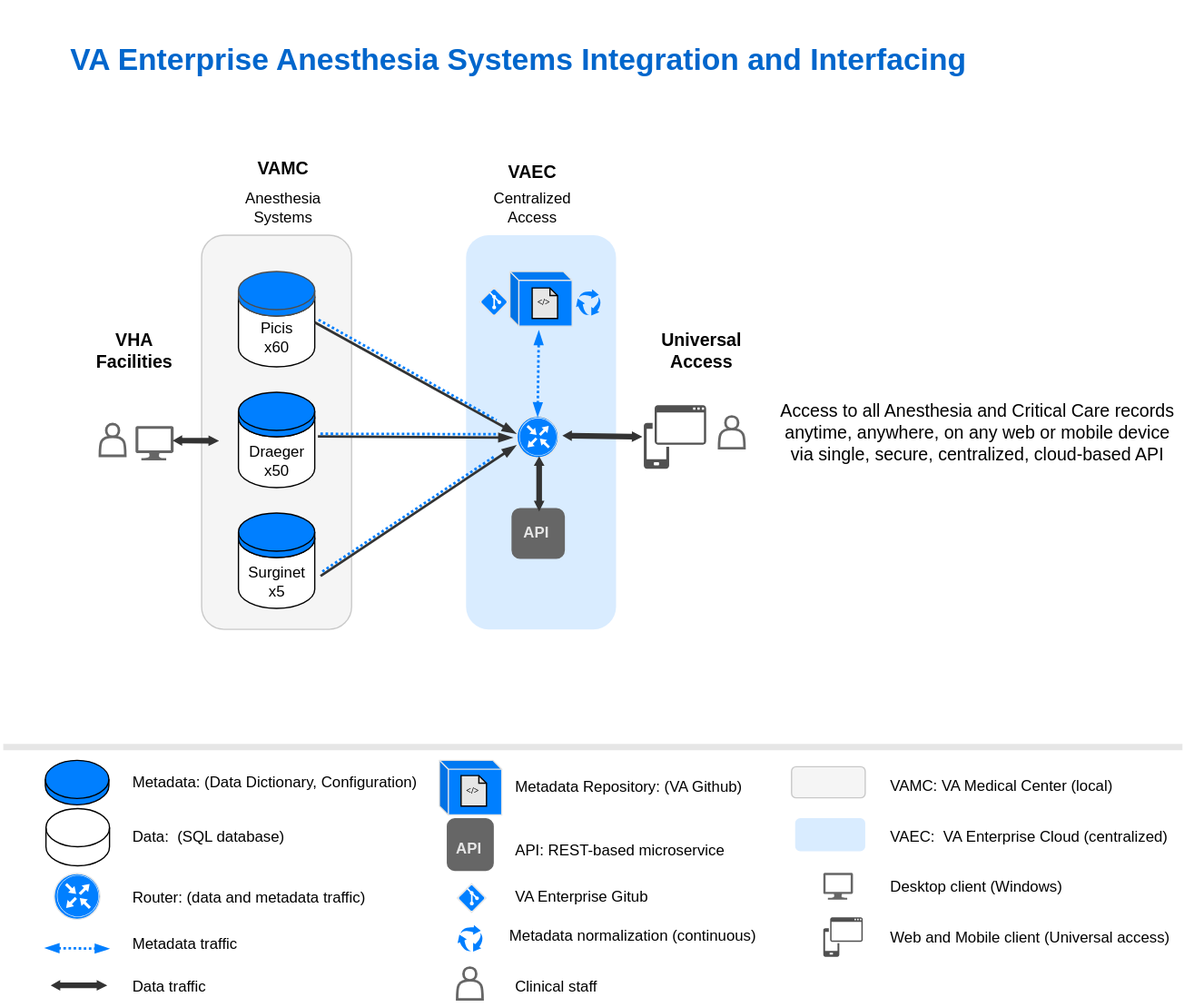
The draw.io diagram img/integration4.svg in va-anesthesia/integration, before a commit. Source tidied: cells renumbered, new cells last; positions are measured from the earlier drawing's top-left corner, leaving out a move shared by most shapes.
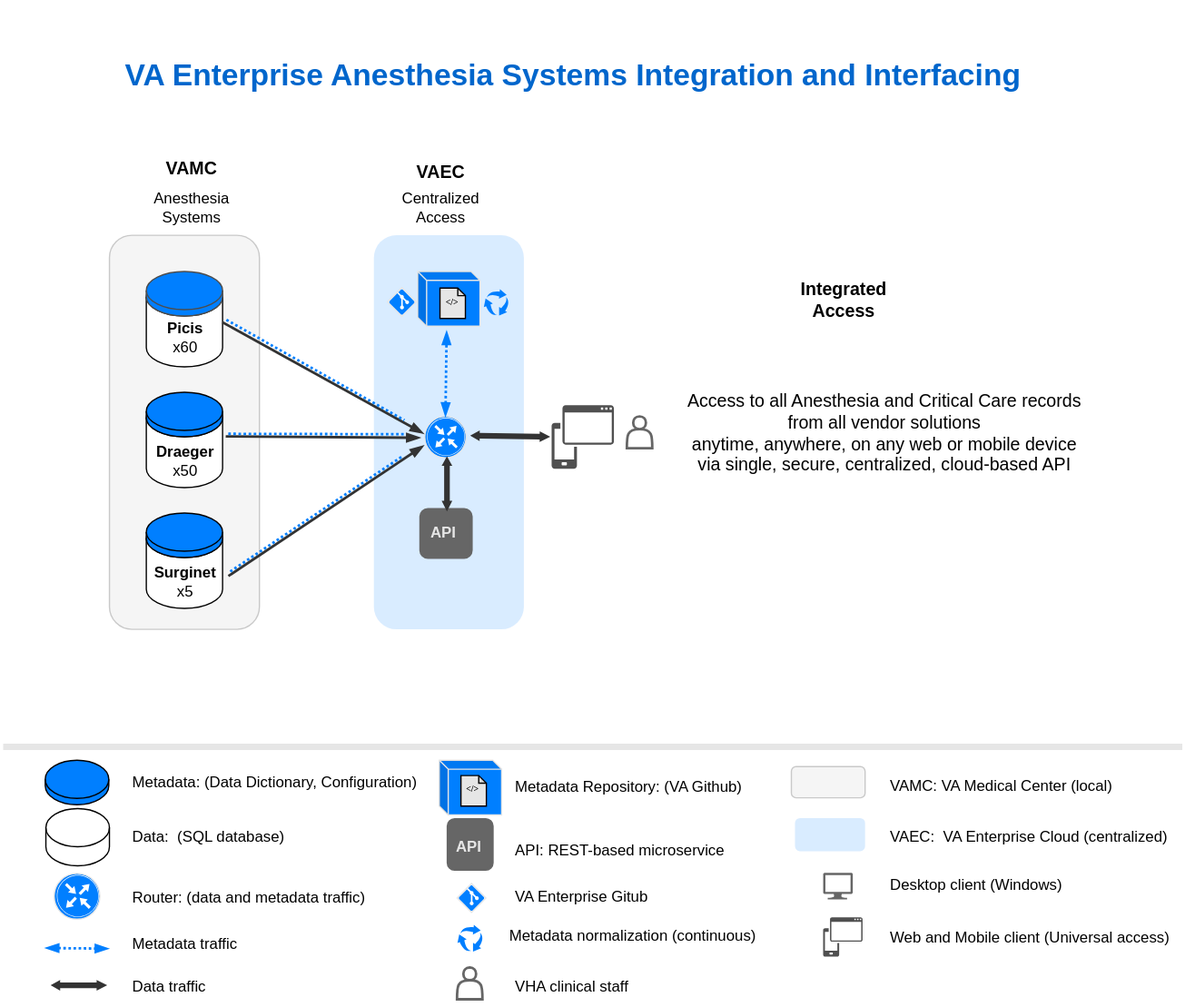
After the commit.

Diff of the diagram source:
```diff
@@ -5,3 +5,3 @@
     <mxCell id="2" style="rounded=1;whiteSpace=wrap;html=1;labelBackgroundColor=default;strokeColor=none;strokeWidth=1;fontSize=14;fillColor=#007FFF;opacity=15;" parent="1" vertex="1">
-      <mxGeometry x="364" y="184.5" width="118" height="310" as="geometry" />
+      <mxGeometry x="291.6" y="184.5" width="118" height="310" as="geometry" />
     </mxCell>
@@ -82,4 +82,4 @@
     </mxCell>
-    <mxCell id="26" value="Clinical staff" style="text;html=1;align=left;verticalAlign=middle;strokeColor=none;fillColor=none;" parent="1" vertex="1">
-      <mxGeometry x="400.7" y="760.5" width="90" height="30" as="geometry" />
+    <mxCell id="26" value="VHA clinical staff" style="text;html=1;align=left;verticalAlign=middle;strokeColor=none;fillColor=none;" parent="1" vertex="1">
+      <mxGeometry x="400.7" y="760.5" width="110" height="30" as="geometry" />
     </mxCell>
@@ -89,45 +89,45 @@
     <mxCell id="28" style="rounded=1;whiteSpace=wrap;html=1;labelBackgroundColor=default;strokeColor=#808080;strokeWidth=1;fontSize=14;fillColor=#E6E6E6;opacity=40;" parent="1" vertex="1">
-      <mxGeometry x="156" y="184.5" width="118" height="310" as="geometry" />
+      <mxGeometry x="83.6" y="184.5" width="118" height="310" as="geometry" />
     </mxCell>
     <mxCell id="29" style="shape=cylinder3;whiteSpace=wrap;html=1;boundedLbl=1;backgroundOutline=1;size=15;" parent="1" vertex="1">
-      <mxGeometry x="185" y="218" width="60" height="70" as="geometry" />
+      <mxGeometry x="112.6" y="218" width="60" height="70" as="geometry" />
     </mxCell>
     <mxCell id="30" style="shape=cylinder3;whiteSpace=wrap;html=1;boundedLbl=1;backgroundOutline=1;size=15;fillColor=#007FFF;strokeColor=#4D4D4D;" parent="1" vertex="1">
-      <mxGeometry x="185" y="213" width="60" height="35" as="geometry" />
+      <mxGeometry x="112.6" y="213" width="60" height="35" as="geometry" />
     </mxCell>
     <mxCell id="31" style="shape=cylinder3;whiteSpace=wrap;html=1;boundedLbl=1;backgroundOutline=1;size=15;" parent="1" vertex="1">
-      <mxGeometry x="185" y="313" width="60" height="70" as="geometry" />
+      <mxGeometry x="112.6" y="313" width="60" height="70" as="geometry" />
     </mxCell>
     <mxCell id="32" style="shape=cylinder3;whiteSpace=wrap;html=1;boundedLbl=1;backgroundOutline=1;size=15;fillColor=#007FFF;" parent="1" vertex="1">
-      <mxGeometry x="185" y="308" width="60" height="35" as="geometry" />
+      <mxGeometry x="112.6" y="308" width="60" height="35" as="geometry" />
     </mxCell>
     <mxCell id="33" style="shape=cylinder3;whiteSpace=wrap;html=1;boundedLbl=1;backgroundOutline=1;size=15;" parent="1" vertex="1">
-      <mxGeometry x="185" y="408" width="60" height="70" as="geometry" />
+      <mxGeometry x="112.6" y="408" width="60" height="70" as="geometry" />
     </mxCell>
     <mxCell id="34" style="shape=cylinder3;whiteSpace=wrap;html=1;boundedLbl=1;backgroundOutline=1;size=15;fillColor=#007FFF;" parent="1" vertex="1">
-      <mxGeometry x="185" y="403" width="60" height="35" as="geometry" />
+      <mxGeometry x="112.6" y="403" width="60" height="35" as="geometry" />
     </mxCell>
     <mxCell id="35" value="Centralized&lt;br&gt;Access" style="text;html=1;align=center;verticalAlign=middle;strokeColor=none;fillColor=none;" parent="1" vertex="1">
-      <mxGeometry x="376" y="143" width="80" height="40" as="geometry" />
+      <mxGeometry x="303.6" y="143" width="80" height="40" as="geometry" />
     </mxCell>
     <mxCell id="36" value="Anesthesia&lt;br&gt;Systems" style="text;html=1;align=center;verticalAlign=middle;strokeColor=none;fillColor=none;" parent="1" vertex="1">
-      <mxGeometry x="180" y="143" width="80" height="40" as="geometry" />
+      <mxGeometry x="107.6" y="143" width="80" height="40" as="geometry" />
     </mxCell>
-    <mxCell id="37" value="Picis&lt;br&gt;x60" style="text;html=1;align=center;verticalAlign=middle;strokeColor=none;fillColor=none;" parent="1" vertex="1">
-      <mxGeometry x="190" y="245" width="50" height="40" as="geometry" />
+    <mxCell id="37" value="&lt;b&gt;Picis&lt;/b&gt;&lt;br&gt;x60" style="text;html=1;align=center;verticalAlign=middle;strokeColor=none;fillColor=none;" parent="1" vertex="1">
+      <mxGeometry x="117.6" y="245" width="50" height="40" as="geometry" />
     </mxCell>
-    <mxCell id="38" value="Draeger&lt;br&gt;x50" style="text;html=1;align=center;verticalAlign=middle;points=[];strokeColor=none;fillColor=none;" parent="1" vertex="1">
-      <mxGeometry x="180" y="342" width="70" height="40" as="geometry" />
+    <mxCell id="38" value="&lt;b&gt;Draeger&lt;/b&gt;&lt;br&gt;x50" style="text;html=1;align=center;verticalAlign=middle;points=[];strokeColor=none;fillColor=none;" parent="1" vertex="1">
+      <mxGeometry x="107.6" y="342" width="70" height="40" as="geometry" />
     </mxCell>
-    <mxCell id="39" value="Surginet&lt;br&gt;x5" style="text;html=1;align=center;verticalAlign=middle;points=[];strokeColor=none;fillColor=none;" parent="1" vertex="1">
-      <mxGeometry x="180" y="437" width="70" height="40" as="geometry" />
+    <mxCell id="39" value="&lt;b&gt;Surginet&lt;/b&gt;&lt;br&gt;x5" style="text;html=1;align=center;verticalAlign=middle;points=[];strokeColor=none;fillColor=none;" parent="1" vertex="1">
+      <mxGeometry x="107.6" y="437" width="70" height="40" as="geometry" />
     </mxCell>
     <mxCell id="40" value="VAMC" style="text;html=1;align=center;verticalAlign=middle;strokeColor=none;fillColor=none;fontStyle=1;fontSize=14;" parent="1" vertex="1">
-      <mxGeometry x="190" y="117" width="60" height="30" as="geometry" />
+      <mxGeometry x="117.6" y="117" width="60" height="30" as="geometry" />
     </mxCell>
     <mxCell id="41" value="VAEC" style="text;html=1;align=center;verticalAlign=middle;strokeColor=none;fillColor=none;fontStyle=1;fontSize=14;" parent="1" vertex="1">
-      <mxGeometry x="386" y="120" width="60" height="30" as="geometry" />
+      <mxGeometry x="313.6" y="120" width="60" height="30" as="geometry" />
     </mxCell>
     <mxCell id="42" style="group;" parent="1" vertex="1">
-      <mxGeometry x="404.1" y="327" width="35.9" height="32.5" as="geometry" />
+      <mxGeometry x="331.6" y="327" width="35.9" height="32.5" as="geometry" />
     </mxCell>
@@ -142,11 +142,8 @@
     </mxCell>
-    <mxCell id="46" style="shape=actor;whiteSpace=wrap;html=1;labelBackgroundColor=default;strokeColor=#666666;fontSize=14;fillColor=#FFFFFF;strokeWidth=2;" parent="1" vertex="1">
-      <mxGeometry x="76" y="333" width="20" height="25" as="geometry" />
-    </mxCell>
     <mxCell id="47" style="shape=flexArrow;endArrow=classic;startArrow=classic;html=1;strokeColor=none;strokeWidth=0.5;fontSize=14;endWidth=3.45297228008332;endSize=2.6116883116883116;width=4.434389140271493;startWidth=3.45297228008332;startSize=2.3265822784810126;fillColor=#333333;" parent="1" edge="1">
       <mxGeometry relative="1" as="geometry">
-        <mxPoint x="439.5" y="342.1" as="sourcePoint" />
-        <mxPoint x="503" y="343" as="targetPoint" />
+        <mxPoint x="367.1" y="342.1" as="sourcePoint" />
+        <mxPoint x="430.6" y="343" as="targetPoint" />
         <Array as="points">
-          <mxPoint x="439.5" y="342.1" />
+          <mxPoint x="367.1" y="342.1" />
         </Array>
@@ -156,3 +153,3 @@
       <mxGeometry relative="1" as="geometry">
-        <mxPoint x="403.2" y="340.5" as="targetPoint" />
+        <mxPoint x="330.8" y="340.5" as="targetPoint" />
       </mxGeometry>
@@ -161,3 +158,3 @@
       <mxGeometry relative="1" as="geometry">
-        <mxPoint x="400.5" y="343.8" as="targetPoint" />
+        <mxPoint x="328" y="343.8" as="targetPoint" />
       </mxGeometry>
@@ -166,3 +163,3 @@
       <mxGeometry relative="1" as="geometry">
-        <mxPoint x="403.2" y="350" as="targetPoint" />
+        <mxPoint x="330.8" y="350" as="targetPoint" />
       </mxGeometry>
@@ -171,19 +168,10 @@
       <mxGeometry relative="1" as="geometry">
-        <mxPoint x="421.2" y="259.8" as="targetPoint" />
+        <mxPoint x="348.8" y="259.8" as="targetPoint" />
       </mxGeometry>
     </mxCell>
-    <mxCell id="52" style="sketch=0;shadow=0;dashed=0;html=1;strokeColor=none;labelPosition=center;verticalLabelPosition=bottom;verticalAlign=top;align=center;fillColor=#666666;shape=mxgraph.azure.computer;labelBackgroundColor=default;fontSize=14;" parent="1" vertex="1">
-      <mxGeometry x="104" y="334.5" width="30" height="27" as="geometry" />
-    </mxCell>
-    <mxCell id="53" style="shape=flexArrow;endArrow=classic;startArrow=classic;html=1;strokeColor=none;strokeWidth=0.5;fontSize=14;endWidth=3.45297228008332;endSize=2.6116883116883116;width=4.434389140271493;startWidth=3.45297228008332;startSize=2.3265822784810126;fillColor=#333333;" parent="1" edge="1">
-      <mxGeometry relative="1" as="geometry">
-        <mxPoint x="133" y="346" as="sourcePoint" />
-        <mxPoint x="170" y="346.2" as="targetPoint" />
-      </mxGeometry>
-    </mxCell>
     <mxCell id="54" style="rounded=1;whiteSpace=wrap;html=1;labelBackgroundColor=default;strokeColor=#666666;strokeWidth=2;fontSize=14;fillColor=#666666;" parent="1" vertex="1">
-      <mxGeometry x="400.8" y="400" width="40" height="38" as="geometry" />
+      <mxGeometry x="328.3" y="400" width="40" height="38" as="geometry" />
     </mxCell>
     <mxCell id="55" value="API" style="text;html=1;align=center;verticalAlign=middle;strokeColor=none;fillColor=none;fontStyle=1;fontColor=#E6E6E6;" parent="1" vertex="1">
-      <mxGeometry x="398.5" y="404" width="40" height="30" as="geometry" />
+      <mxGeometry x="326.1" y="404" width="40" height="30" as="geometry" />
     </mxCell>
@@ -191,6 +179,6 @@
       <mxGeometry relative="1" as="geometry">
-        <mxPoint x="421.5" y="358.1" as="sourcePoint" />
-        <mxPoint x="421.5" y="402" as="targetPoint" />
+        <mxPoint x="349.1" y="358.1" as="sourcePoint" />
+        <mxPoint x="349.1" y="402" as="targetPoint" />
         <Array as="points">
-          <mxPoint x="421.5" y="358.1" />
+          <mxPoint x="349.1" y="358.1" />
         </Array>
@@ -199,9 +187,9 @@
     <mxCell id="57" style="sketch=0;shadow=0;dashed=0;html=1;strokeColor=none;labelPosition=center;verticalLabelPosition=bottom;verticalAlign=top;align=center;fillColor=#505050;shape=mxgraph.mscae.intune.device_os;fontColor=#E6E6E6;" parent="1" vertex="1">
-      <mxGeometry x="503.8" y="318.2" width="49" height="50" as="geometry" />
+      <mxGeometry x="431.4" y="318.2" width="49" height="50" as="geometry" />
     </mxCell>
     <mxCell id="58" style="shape=actor;whiteSpace=wrap;html=1;labelBackgroundColor=default;strokeColor=#666666;fontSize=14;fillColor=#FFFFFF;strokeWidth=2;" parent="1" vertex="1">
-      <mxGeometry x="563" y="327" width="20" height="25" as="geometry" />
+      <mxGeometry x="490.6" y="327" width="20" height="25" as="geometry" />
     </mxCell>
-    <mxCell id="59" value="Access to all Anesthesia and Critical Care records&lt;br style=&quot;font-size: 14px;&quot;&gt;anytime, anywhere, on any web or mobile device&amp;nbsp;&lt;br style=&quot;font-size: 14px;&quot;&gt;via single, secure, centralized, cloud-based API" style="text;html=1;align=center;verticalAlign=middle;strokeColor=none;fillColor=none;labelBorderColor=none;fontColor=default;fontSize=14;" parent="1" vertex="1">
-      <mxGeometry x="600.7" y="309.5" width="330" height="60" as="geometry" />
+    <mxCell id="59" value="Access to all Anesthesia and Critical Care records&lt;br style=&quot;font-size: 14px;&quot;&gt;from all vendor solutions&lt;br&gt;anytime, anywhere, on any web or mobile device&lt;br style=&quot;font-size: 14px;&quot;&gt;via single, secure, centralized, cloud-based API" style="text;html=1;align=center;verticalAlign=middle;strokeColor=none;fillColor=none;labelBorderColor=none;fontColor=default;fontSize=14;" parent="1" vertex="1">
+      <mxGeometry x="528.3" y="299.5" width="330" height="80" as="geometry" />
     </mxCell>
@@ -214,3 +202,3 @@
     <mxCell id="61" value="&lt;b style=&quot;font-size: 24px;&quot;&gt;&lt;font style=&quot;font-size: 24px;&quot;&gt;VA Enterprise Anesthesia Systems Integration and Interfacing&lt;/font&gt;&lt;/b&gt;" style="text;html=1;align=center;verticalAlign=middle;strokeColor=none;fillColor=none;fontStyle=0;fontFamily=Helvetica;fontSize=24;fontColor=#0066CC;" parent="1" vertex="1">
-      <mxGeometry x="40.1" y="27" width="730" height="40" as="geometry" />
+      <mxGeometry x="83.1" y="39" width="730" height="40" as="geometry" />
     </mxCell>
@@ -221,4 +209,4 @@
       <mxGeometry relative="1" as="geometry">
-        <mxPoint x="248" y="251" as="sourcePoint" />
-        <mxPoint x="388" y="330" as="targetPoint" />
+        <mxPoint x="175.6" y="251" as="sourcePoint" />
+        <mxPoint x="315.6" y="330" as="targetPoint" />
       </mxGeometry>
@@ -227,4 +215,4 @@
       <mxGeometry relative="1" as="geometry">
-        <mxPoint x="249.5" y="340.7" as="sourcePoint" />
-        <mxPoint x="388" y="341" as="targetPoint" />
+        <mxPoint x="177.1" y="340.7" as="sourcePoint" />
+        <mxPoint x="315.6" y="341" as="targetPoint" />
       </mxGeometry>
@@ -233,4 +221,4 @@
       <mxGeometry relative="1" as="geometry">
-        <mxPoint x="251" y="449" as="sourcePoint" />
-        <mxPoint x="387" y="358" as="targetPoint" />
+        <mxPoint x="178.6" y="449" as="sourcePoint" />
+        <mxPoint x="314.6" y="358" as="targetPoint" />
       </mxGeometry>
@@ -247,3 +235,3 @@
     <mxCell id="69" style="sketch=0;html=1;strokeColor=none;shadow=0;align=center;verticalAlign=top;fillColor=#007FFF;shape=mxgraph.gcp2.arrow_cycle;direction=south;" parent="1" vertex="1">
-      <mxGeometry x="450.5" y="227" width="19.6" height="20.6" as="geometry" />
+      <mxGeometry x="378.1" y="227" width="19.6" height="20.6" as="geometry" />
     </mxCell>
@@ -280,15 +268,15 @@
     <mxCell id="80" style="shape=cube;whiteSpace=wrap;html=1;boundedLbl=1;backgroundOutline=1;darkOpacity=0.05;darkOpacity2=0.1;fontSize=14;fillColor=#007FFF;size=7;strokeColor=#E6E6E6;" parent="1" vertex="1">
-      <mxGeometry x="398.5" y="213" width="49" height="43" as="geometry" />
+      <mxGeometry x="326.1" y="213" width="49" height="43" as="geometry" />
     </mxCell>
     <mxCell id="81" style="whiteSpace=wrap;html=1;strokeColor=#E6E6E6;rotation=-45;" parent="1" vertex="1">
-      <mxGeometry x="378" y="229" width="16" height="16" as="geometry" />
+      <mxGeometry x="305.6" y="229" width="16" height="16" as="geometry" />
     </mxCell>
     <mxCell id="82" style="verticalLabelPosition=bottom;html=1;verticalAlign=top;align=center;strokeColor=none;fillColor=#007FFF;shape=mxgraph.azure.git_repository;" parent="1" vertex="1">
-      <mxGeometry x="376" y="227" width="20" height="20" as="geometry" />
+      <mxGeometry x="303.6" y="227" width="20" height="20" as="geometry" />
     </mxCell>
     <mxCell id="83" style="shape=note;whiteSpace=wrap;html=1;backgroundOutline=1;darkOpacity=0.05;labelBackgroundColor=none;strokeColor=default;strokeWidth=1;fontFamily=Courier New;fontSize=12;fillColor=#E6E6E6;size=6;" parent="1" vertex="1">
-      <mxGeometry x="416" y="226" width="20" height="24" as="geometry" />
+      <mxGeometry x="343.6" y="226" width="20" height="24" as="geometry" />
     </mxCell>
     <mxCell id="84" value="&lt;font style=&quot;font-size: 7px;&quot; face=&quot;Verdana&quot;&gt;&amp;lt;/&amp;gt;&lt;/font&gt;" style="text;html=1;align=center;verticalAlign=middle;strokeColor=none;fillColor=none;fontSize=7;fontStyle=1;" parent="1" vertex="1">
-      <mxGeometry x="405" y="228" width="40" height="20" as="geometry" />
+      <mxGeometry x="332.6" y="228" width="40" height="20" as="geometry" />
     </mxCell>
@@ -297,7 +285,4 @@
     </mxCell>
-    <mxCell id="86" value="VHA &lt;br&gt;Facilities" style="text;html=1;align=center;verticalAlign=middle;strokeColor=none;fillColor=none;fontStyle=1;fontSize=14;" parent="1" vertex="1">
-      <mxGeometry x="63.1" y="250" width="80" height="50" as="geometry" />
-    </mxCell>
-    <mxCell id="87" value="Universal &lt;br&gt;Access" style="text;html=1;align=center;verticalAlign=middle;strokeColor=none;fillColor=none;fontStyle=1;fontSize=14;" parent="1" vertex="1">
-      <mxGeometry x="503.8" y="250" width="90" height="50" as="geometry" />
+    <mxCell id="87" value="Integrated&lt;br&gt;Access" style="text;html=1;align=center;verticalAlign=middle;strokeColor=none;fillColor=none;fontStyle=1;fontSize=14;" parent="1" vertex="1">
+      <mxGeometry x="615.5" y="209.5" width="90" height="50" as="geometry" />
     </mxCell>
```
